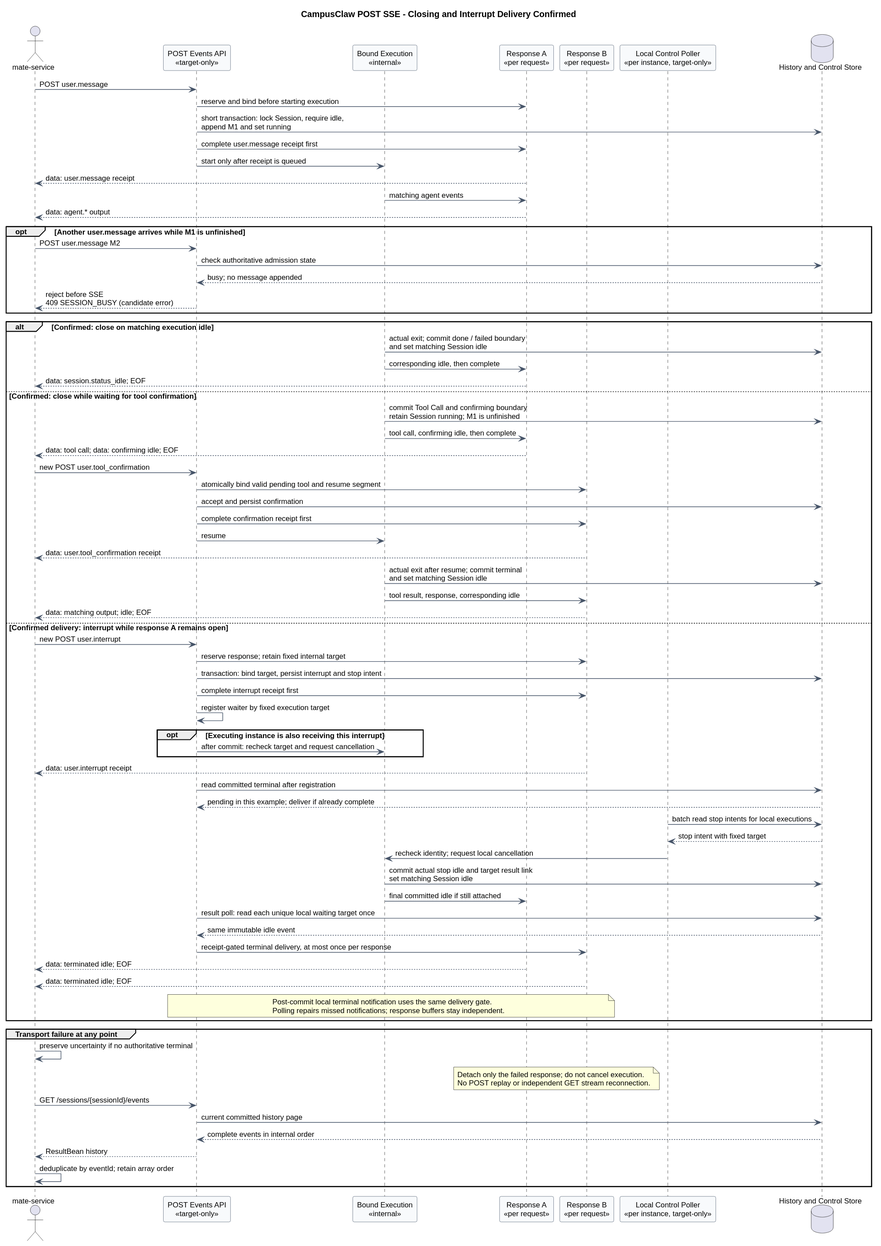
This is 01-总体架构/01-CampusClaw多Agent运行时/设计图/事件接口重设计/target_session_live_stream_lifecycle.svg from ssm0808/pi-mono-java-design, a PlantUML export, as it was before one commit.
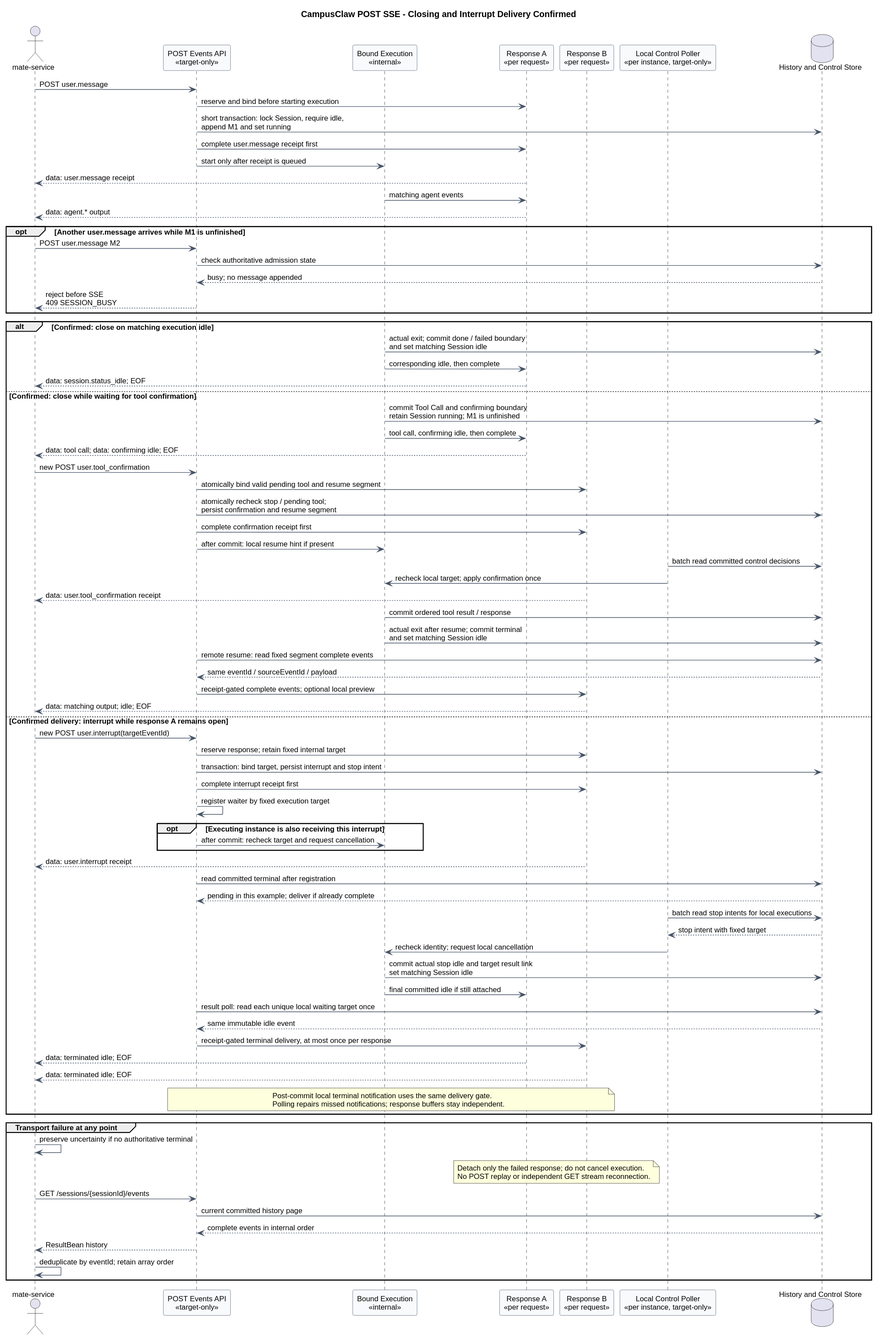
After the change.

Change to the diagram source:
```diff
@@ -30,7 +30,7 @@
   Client -> API : POST user.message M2
   API -> Store : check authoritative admission state
   Store --> API : busy; no message appended
-  API --> Client : reject before SSE\n409 SESSION_BUSY (candidate error)
+  API --> Client : reject before SSE\n409 SESSION_BUSY
 end
 
 alt Confirmed: close on matching execution idle
@@ -43,15 +43,20 @@
   A --> Client : data: tool call; data: confirming idle; EOF
   Client -> API : new POST user.tool_confirmation
   API -> B : atomically bind valid pending tool and resume segment
-  API -> Store : accept and persist confirmation
+  API -> Store : atomically recheck stop / pending tool;\npersist confirmation and resume segment
   API -> B : complete confirmation receipt first
-  API -> Execution : resume
+  API -> Execution : after commit: local resume hint if present
+  Poller -> Store : batch read committed control decisions
+  Poller -> Execution : recheck local target; apply confirmation once
   B --> Client : data: user.tool_confirmation receipt
+  Execution -> Store : commit ordered tool result / response
   Execution -> Store : actual exit after resume; commit terminal\nand set matching Session idle
-  Execution -> B : tool result, response, corresponding idle
+  API -> Store : remote resume: read fixed segment complete events
+  Store --> API : same eventId / sourceEventId / payload
+  API -> B : receipt-gated complete events; optional local preview
   B --> Client : data: matching output; idle; EOF
 else Confirmed delivery: interrupt while response A remains open
-  Client -> API : new POST user.interrupt
+  Client -> API : new POST user.interrupt(targetEventId)
   API -> B : reserve response; retain fixed internal target
   API -> Store : transaction: bind target, persist interrupt and stop intent
   API -> B : complete interrupt receipt first
```
